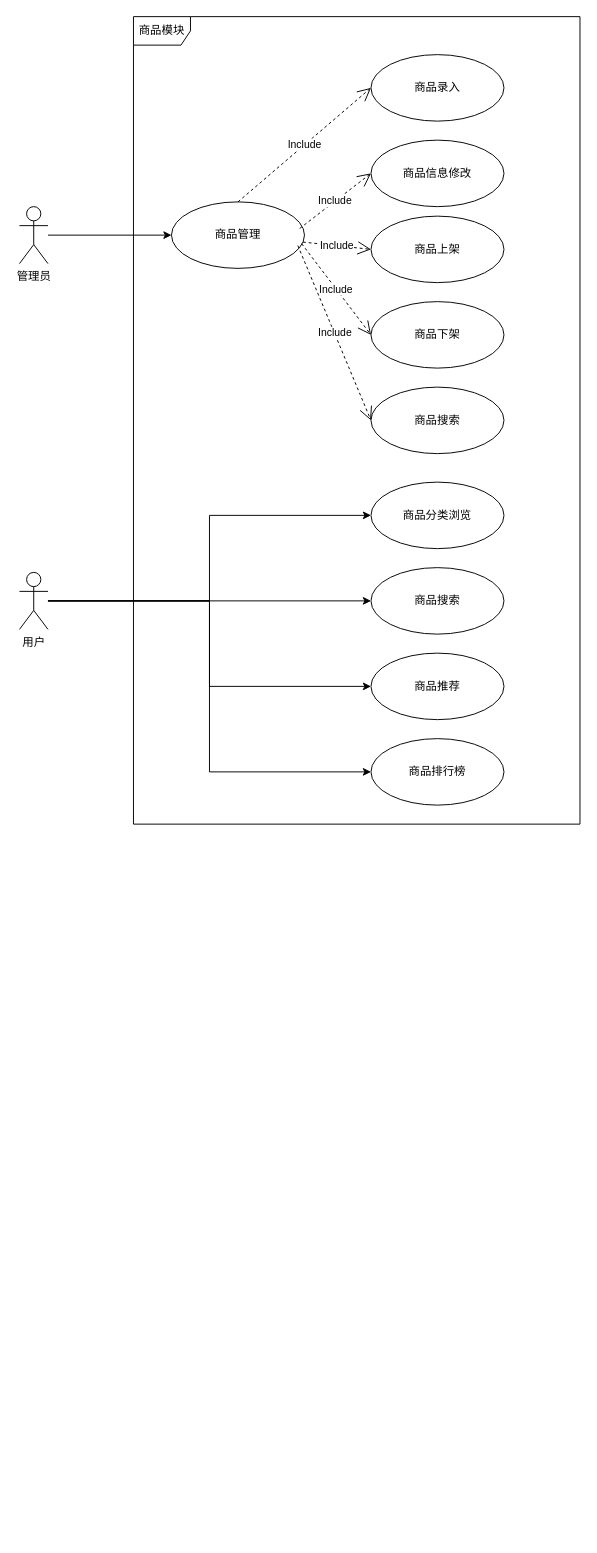
493196031/HelloWorld keeps this draw.io diagram as 商城-功能树.drawio. Above is the earlier version. Source tidied: cells renumbered, new cells numbered last; positions are measured from the earlier drawing's top-left corner, leaving out a move shared by most shapes. Both pictures are drawn from the tidied source at 95%, with x=0, y=0 at pixel (19, 16).
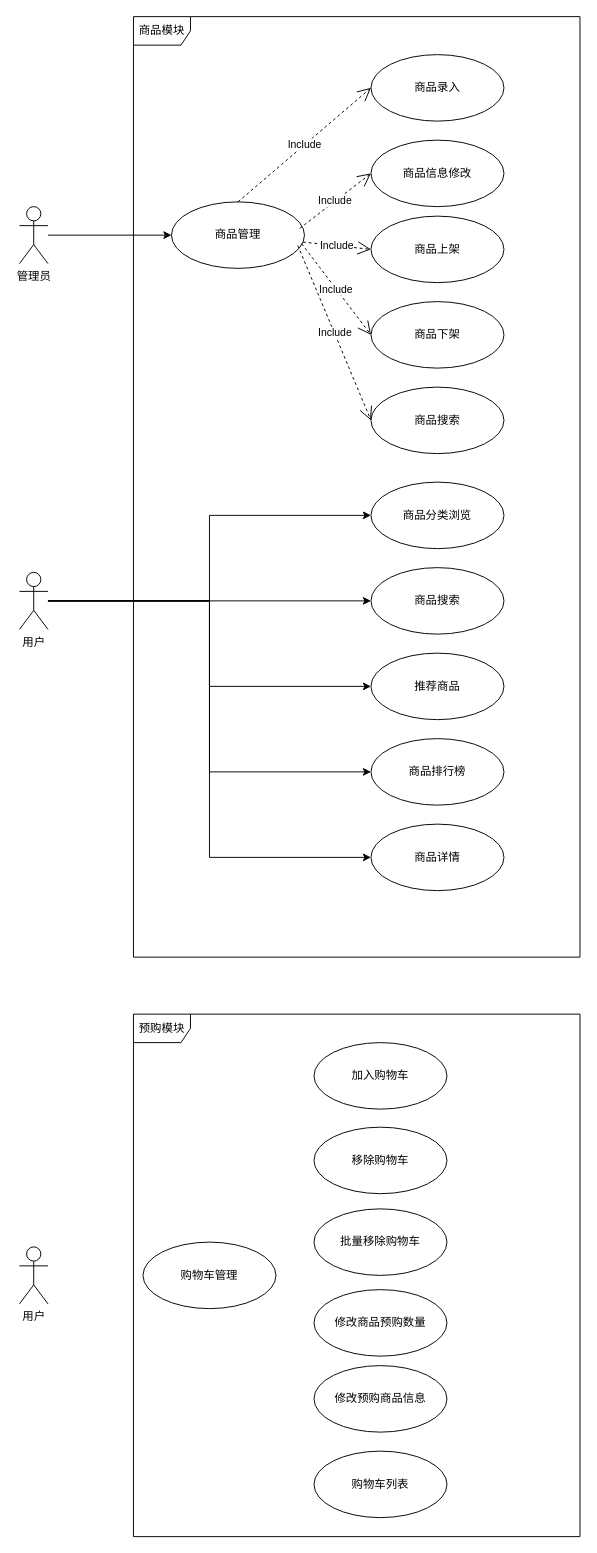
The same diagram, later.

Commit message (it also covers changes not shown here):
更新商城-功能树.drawio

Unchanged cells that the change refers to:
```xml
<mxCell id="16" value="用户" style="shape=umlActor;verticalLabelPosition=bottom;verticalAlign=top;html=1;" parent="1" vertex="1">
  <mxGeometry y="585" width="30" height="60" as="geometry" />
</mxCell>
```

The edit, as a diff of the source:
```diff
@@
-    <mxCell id="11" value="商品推荐" style="ellipse;whiteSpace=wrap;html=1;" parent="1" vertex="1">
+    <mxCell id="11" value="推荐商品" style="ellipse;whiteSpace=wrap;html=1;" parent="1" vertex="1">
       <mxGeometry x="370" y="670" width="140" height="70" as="geometry" />
     </mxCell>
@@
+    <mxCell id="25" style="edgeStyle=orthogonalEdgeStyle;rounded=0;jettySize=auto;html=1;entryX=0;entryY=0.5;entryDx=0;entryDy=0;" parent="1" edge="1" source="16" target="26">
+      <mxGeometry relative="1" as="geometry" />
+    </mxCell>
@@
     <mxCell id="17" value="商品模块" style="shape=umlFrame;whiteSpace=wrap;html=1;" parent="1" vertex="1">
-      <mxGeometry x="120" width="470" height="850" as="geometry" />
+      <mxGeometry x="120" width="470" height="990" as="geometry" />
     </mxCell>
@@
+    <mxCell id="26" value="商品详情" style="ellipse;whiteSpace=wrap;html=1;" parent="1" vertex="1">
+      <mxGeometry x="370" y="850" width="140" height="70" as="geometry" />
+    </mxCell>
+    <mxCell id="27" value="加入购物车" style="ellipse;whiteSpace=wrap;html=1;" parent="1" vertex="1">
+      <mxGeometry x="310" y="1080" width="140" height="70" as="geometry" />
+    </mxCell>
+    <mxCell id="28" value="移除购物车" style="ellipse;whiteSpace=wrap;html=1;" parent="1" vertex="1">
+      <mxGeometry x="310" y="1169" width="140" height="70" as="geometry" />
+    </mxCell>
+    <mxCell id="29" value="购物车列表" style="ellipse;whiteSpace=wrap;html=1;" parent="1" vertex="1">
+      <mxGeometry x="310" y="1510" width="140" height="70" as="geometry" />
+    </mxCell>
+    <mxCell id="30" value="批量移除购物车" style="ellipse;whiteSpace=wrap;html=1;" parent="1" vertex="1">
+      <mxGeometry x="310" y="1255" width="140" height="70" as="geometry" />
+    </mxCell>
+    <mxCell id="31" value="修改商品预购数量" style="ellipse;whiteSpace=wrap;html=1;" parent="1" vertex="1">
+      <mxGeometry x="310" y="1340" width="140" height="70" as="geometry" />
+    </mxCell>
+    <mxCell id="32" value="购物车管理" style="ellipse;whiteSpace=wrap;html=1;" parent="1" vertex="1">
+      <mxGeometry x="130" y="1290" width="140" height="70" as="geometry" />
+    </mxCell>
+    <mxCell id="33" value="用户" style="shape=umlActor;verticalLabelPosition=bottom;verticalAlign=top;html=1;" parent="1" vertex="1">
+      <mxGeometry y="1295" width="30" height="60" as="geometry" />
+    </mxCell>
+    <mxCell id="34" value="预购模块" style="shape=umlFrame;whiteSpace=wrap;html=1;" parent="1" vertex="1">
+      <mxGeometry x="120" y="1050" width="470" height="550" as="geometry" />
+    </mxCell>
+    <mxCell id="35" value="修改预购商品信息" style="ellipse;whiteSpace=wrap;html=1;" parent="1" vertex="1">
+      <mxGeometry x="310" y="1420" width="140" height="70" as="geometry" />
+    </mxCell>
```
